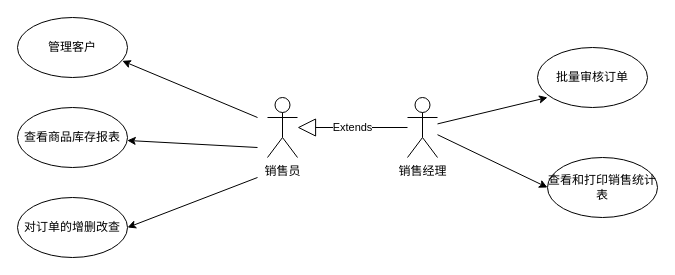
Earlier version of the draw.io diagram 销售部分用例图.drawio (Big-Mouth/-Predict-future-sale-). Source tidied: cells renumbered, new cells numbered last; positions are measured from the earlier drawing's top-left corner, leaving out a move shared by most shapes. Both pictures are drawn from the tidied source at 100%, with x=0, y=0 at pixel (17, 17).
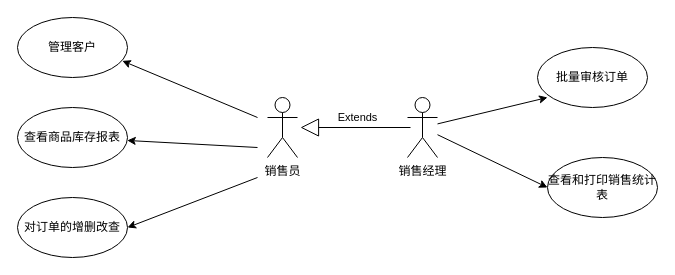
After the change.

Commit message (it also covers changes not shown here):
更新销售部分用例图.drawio

What changed in the source:
```diff
@@
 <mxGraphModel>
   <root>
     <mxCell id="0" />
     <mxCell id="1" parent="0" />
     <mxCell id="2" value="管理客户" style="ellipse;whiteSpace=wrap;html=1;" parent="1" vertex="1">
       <mxGeometry width="110" height="60" as="geometry" />
     </mxCell>
     <mxCell id="3" value="查看商品库存报表" style="ellipse;whiteSpace=wrap;html=1;" parent="1" vertex="1">
       <mxGeometry y="90" width="110" height="60" as="geometry" />
     </mxCell>
     <mxCell id="4" value="对订单的增删改查" style="ellipse;whiteSpace=wrap;html=1;" parent="1" vertex="1">
       <mxGeometry y="180" width="110" height="60" as="geometry" />
     </mxCell>
     <mxCell id="5" value="销售员" style="shape=umlActor;verticalLabelPosition=bottom;verticalAlign=top;html=1;outlineConnect=0;" parent="1" vertex="1">
       <mxGeometry x="250" y="80" width="30" height="60" as="geometry" />
     </mxCell>
     <mxCell id="6" value="销售经理" style="shape=umlActor;verticalLabelPosition=bottom;verticalAlign=top;html=1;outlineConnect=0;" parent="1" vertex="1">
       <mxGeometry x="390" y="80" width="30" height="60" as="geometry" />
     </mxCell>
     <mxCell id="7" style="endArrow=classic;html=1;rounded=0;entryX=0.091;entryY=0.833;entryDx=0;entryDy=0;entryPerimeter=0;" parent="1" edge="1" source="6" target="8">
       <mxGeometry relative="1" as="geometry" />
     </mxCell>
     <mxCell id="8" value="批量审核订单" style="ellipse;whiteSpace=wrap;html=1;" parent="1" vertex="1">
       <mxGeometry x="520" y="30" width="110" height="60" as="geometry" />
     </mxCell>
     <mxCell id="9" style="endArrow=classic;html=1;rounded=0;entryX=0.953;entryY=0.723;entryDx=0;entryDy=0;entryPerimeter=0;" parent="1" edge="1" target="2">
       <mxGeometry relative="1" as="geometry">
         <mxPoint x="240" y="100" as="sourcePoint" />
       </mxGeometry>
     </mxCell>
     <mxCell id="10" style="endArrow=classic;html=1;rounded=0;" parent="1" edge="1" target="3">
       <mxGeometry relative="1" as="geometry">
         <mxPoint x="240" y="130" as="sourcePoint" />
       </mxGeometry>
     </mxCell>
     <mxCell id="11" style="endArrow=classic;html=1;rounded=0;entryX=1;entryY=0.5;entryDx=0;entryDy=0;" parent="1" edge="1" target="4">
       <mxGeometry relative="1" as="geometry">
         <mxPoint x="240" y="160" as="sourcePoint" />
       </mxGeometry>
     </mxCell>
-    <mxCell id="12" value="Extends" style="endArrow=block;endSize=16;endFill=0;html=1;rounded=0;" parent="1" edge="1" source="6" target="5">
-      <mxGeometry relative="1" as="geometry" />
+    <mxCell id="12" value="Extends" style="endArrow=block;endSize=16;endFill=0;html=1;rounded=0;" parent="1" edge="1">
+      <mxGeometry x="-0.04" y="-10" relative="1" as="geometry">
+        <mxPoint x="393" y="110" as="sourcePoint" />
+        <mxPoint x="283" y="110" as="targetPoint" />
+      </mxGeometry>
     </mxCell>
     <mxCell id="13" style="endArrow=classic;html=1;rounded=0;entryX=0;entryY=0.5;entryDx=0;entryDy=0;" parent="1" edge="1" source="6" target="14">
       <mxGeometry relative="1" as="geometry" />
     </mxCell>
     <mxCell id="14" value="查看和打印销售统计表" style="ellipse;whiteSpace=wrap;html=1;" parent="1" vertex="1">
       <mxGeometry x="530" y="140" width="110" height="60" as="geometry" />
     </mxCell>
   </root>
 </mxGraphModel>
```
